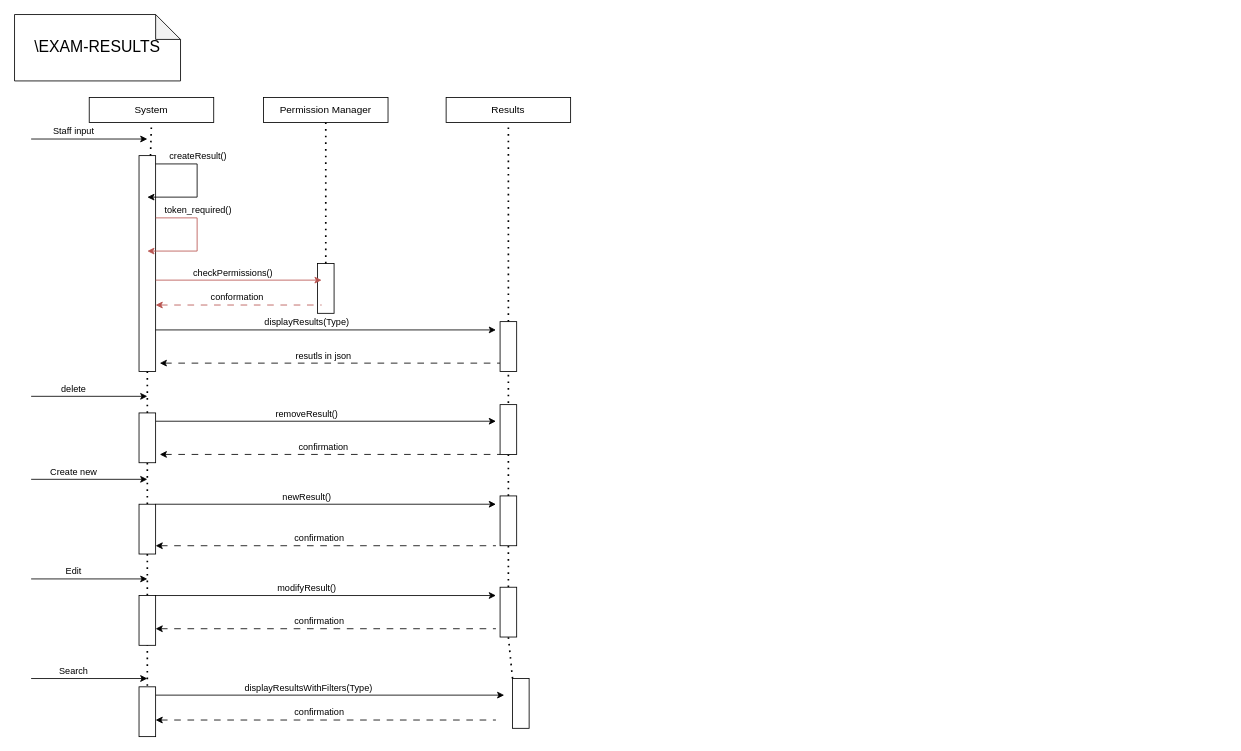
Above: Project_Documentation/sequence_design/Results.drawio in IndecentTulip/INFO2413 (draw.io), before the change. Source tidied: cells renumbered, new cells numbered last; positions are measured from the earlier drawing's top-left corner, leaving out a move shared by most shapes. Both pictures are drawn from the tidied source at 83%, with x=0, y=0 at pixel (14, 14).
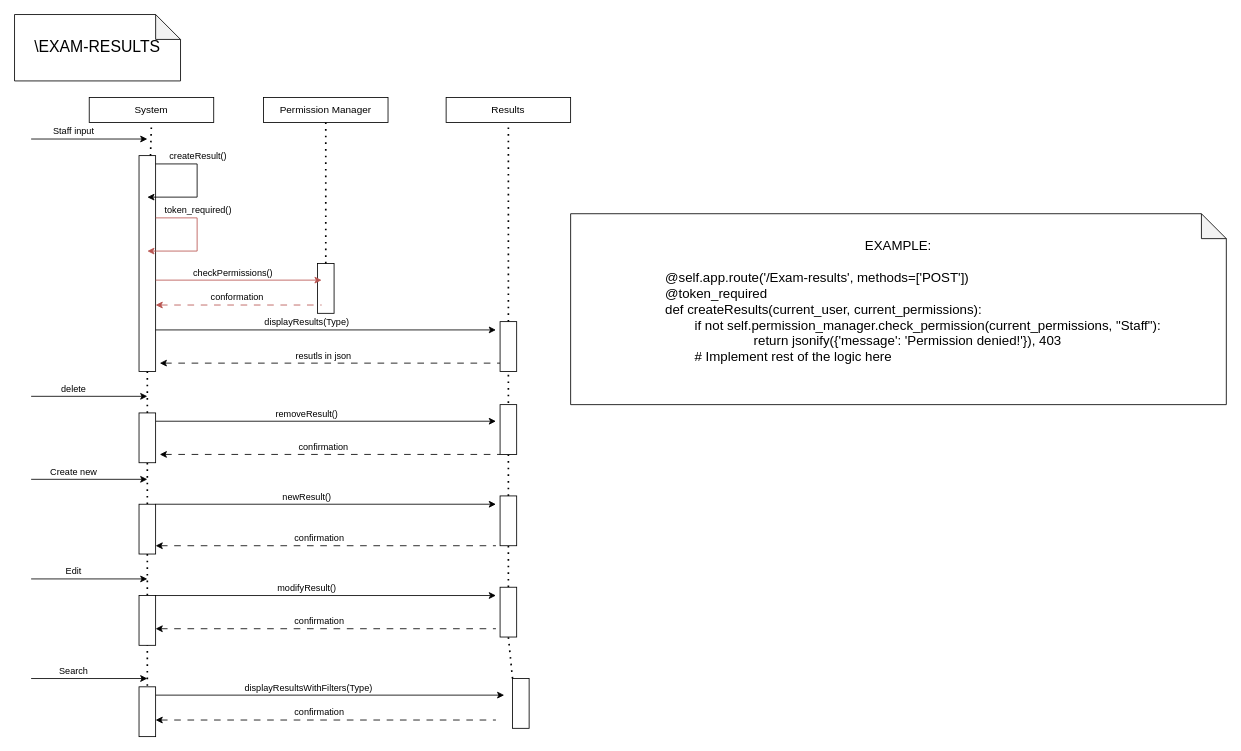
Above is the later version.

Diff of the diagram source:
```diff
@@
+    <mxCell id="66" value="&lt;div style=&quot;font-size: 16px;&quot; align=&quot;center&quot;&gt;EXAMPLE:&lt;br style=&quot;font-size: 16px;&quot;&gt;&lt;/div&gt;&lt;div style=&quot;font-size: 16px;&quot; align=&quot;center&quot;&gt;&lt;br style=&quot;font-size: 16px;&quot;&gt;&lt;/div&gt;&lt;div style=&quot;font-size: 16px;&quot; align=&quot;left&quot;&gt;&amp;nbsp;&amp;nbsp;&amp;nbsp;&amp;nbsp;&amp;nbsp;&amp;nbsp;&amp;nbsp; @self.app.route('/Exam-results', methods=['POST'])&lt;br style=&quot;font-size: 16px;&quot;&gt;&amp;nbsp;&amp;nbsp;&amp;nbsp;&amp;nbsp;&amp;nbsp;&amp;nbsp;&amp;nbsp; @token_required&lt;br style=&quot;font-size: 16px;&quot;&gt;&amp;nbsp;&amp;nbsp;&amp;nbsp;&amp;nbsp;&amp;nbsp;&amp;nbsp;&amp;nbsp; def createResults(current_user, current_permissions):&lt;/div&gt;&lt;div style=&quot;font-size: 16px;&quot; align=&quot;left&quot;&gt;&lt;span style=&quot;white-space: pre; font-size: 16px;&quot;&gt;&#9;&lt;/span&gt;&lt;span style=&quot;white-space: pre; font-size: 16px;&quot;&gt;&#9;&lt;/span&gt;if not self.permission_manager.check_permission(current_permissions, &quot;Staff&quot;):&lt;br style=&quot;font-size: 16px;&quot;&gt;&amp;nbsp;&amp;nbsp;&amp;nbsp;&amp;nbsp;&amp;nbsp;&amp;nbsp;&amp;nbsp;&amp;nbsp;&amp;nbsp;&amp;nbsp;&amp;nbsp;&amp;nbsp;&amp;nbsp;&amp;nbsp;&amp;nbsp; &amp;nbsp;&amp;nbsp;&amp;nbsp;&amp;nbsp;&amp;nbsp;&amp;nbsp;&amp;nbsp;&amp;nbsp;&amp;nbsp;&amp;nbsp;&amp;nbsp;&amp;nbsp;&amp;nbsp;&amp;nbsp;&amp;nbsp; return jsonify({'message': 'Permission denied!'}), 403&lt;br style=&quot;font-size: 16px;&quot;&gt;&lt;/div&gt;&lt;div style=&quot;font-size: 16px;&quot; align=&quot;left&quot;&gt;&lt;span style=&quot;white-space: pre; font-size: 16px;&quot;&gt;&#9;&lt;/span&gt;&lt;span style=&quot;white-space: pre; font-size: 16px;&quot;&gt;&#9;&lt;/span&gt;# Implement rest of the logic here&lt;br style=&quot;font-size: 16px;&quot;&gt;&lt;br style=&quot;font-size: 16px;&quot;&gt;&lt;/div&gt;" style="shape=note;whiteSpace=wrap;html=1;backgroundOutline=1;darkOpacity=0.05;fontSize=16;" parent="1" vertex="1">
+      <mxGeometry x="670" y="240" width="790" height="230" as="geometry" />
+    </mxCell>
```
